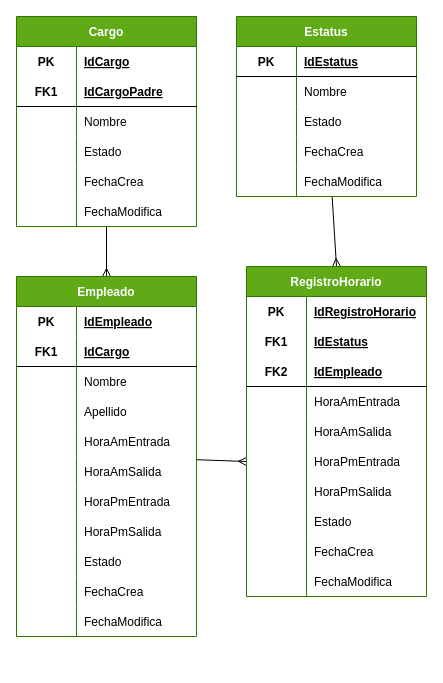
The draw.io diagram Grupo5_AssistControl/design/Diagrama_DataBase.drawio in EdisonV5329/Grupo5_CodeMasters, before the edit. Source tidied: cells renumbered, new cells numbered last; positions are measured from the earlier drawing's top-left corner, leaving out a move shared by most shapes. Both pictures are drawn from the tidied source at 100%, with x=0, y=0 at pixel (16, 16).
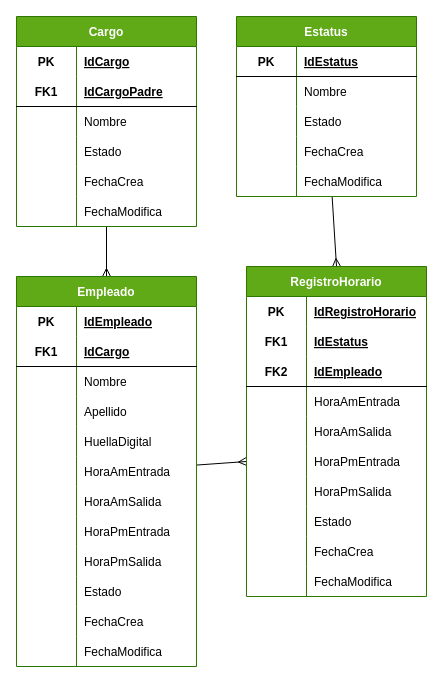
After the change.

Change to the diagram source:
```diff
@@
     <mxCell id="40" value="Empleado" style="shape=table;startSize=30;childLayout=tableLayout;rowLines=0;fontStyle=1;align=center;labelBackgroundColor=none;strokeColor=#2D7600;strokeWidth=1;fontColor=#ffffff;fillColor=#60a917;" parent="1" vertex="1">
-      <mxGeometry y="260" width="180" height="360" as="geometry" />
+      <mxGeometry y="260" width="180" height="390" as="geometry" />
     </mxCell>
@@
+    <mxCell id="105" style="shape=tableRow;horizontal=0;startSize=0;swimlaneHead=0;swimlaneBody=0;fillColor=none;top=0;left=0;right=0;bottom=0;labelBackgroundColor=none;strokeColor=#000000;strokeWidth=1;fontColor=#000000;" parent="40" vertex="1">
+      <mxGeometry y="150" width="180" height="30" as="geometry" />
+    </mxCell>
+    <mxCell id="106" style="shape=partialRectangle;fillColor=none;top=0;left=0;bottom=0;right=0;overflow=hidden;labelBackgroundColor=none;strokeColor=#000000;strokeWidth=1;fontColor=#000000;" parent="105" vertex="1">
+      <mxGeometry width="60" height="30" as="geometry" />
+    </mxCell>
+    <mxCell id="107" value="HuellaDigital" style="shape=partialRectangle;fillColor=none;top=0;left=0;bottom=0;right=0;align=left;spacingLeft=6;overflow=hidden;labelBackgroundColor=none;strokeColor=#000000;strokeWidth=1;fontColor=#000000;" parent="105" vertex="1">
+      <mxGeometry x="60" width="120" height="30" as="geometry" />
+    </mxCell>
     <mxCell id="53" style="shape=tableRow;horizontal=0;startSize=0;swimlaneHead=0;swimlaneBody=0;fillColor=none;top=0;left=0;right=0;bottom=0;labelBackgroundColor=none;strokeColor=#000000;strokeWidth=1;fontColor=#000000;" parent="40" vertex="1">
-      <mxGeometry y="150" width="180" height="30" as="geometry" />
+      <mxGeometry y="180" width="180" height="30" as="geometry" />
     </mxCell>
@@
     <mxCell id="56" style="shape=tableRow;horizontal=0;startSize=0;swimlaneHead=0;swimlaneBody=0;fillColor=none;top=0;left=0;right=0;bottom=0;labelBackgroundColor=none;strokeColor=#000000;strokeWidth=1;fontColor=#000000;" parent="40" vertex="1">
-      <mxGeometry y="180" width="180" height="30" as="geometry" />
+      <mxGeometry y="210" width="180" height="30" as="geometry" />
     </mxCell>
@@
     <mxCell id="59" style="shape=tableRow;horizontal=0;startSize=0;swimlaneHead=0;swimlaneBody=0;fillColor=none;top=0;left=0;right=0;bottom=0;labelBackgroundColor=none;strokeColor=#000000;strokeWidth=1;fontColor=#000000;" parent="40" vertex="1">
-      <mxGeometry y="210" width="180" height="30" as="geometry" />
+      <mxGeometry y="240" width="180" height="30" as="geometry" />
     </mxCell>
@@
     <mxCell id="62" style="shape=tableRow;horizontal=0;startSize=0;swimlaneHead=0;swimlaneBody=0;fillColor=none;top=0;left=0;right=0;bottom=0;labelBackgroundColor=none;strokeColor=#000000;strokeWidth=1;fontColor=#000000;" parent="40" vertex="1">
-      <mxGeometry y="240" width="180" height="30" as="geometry" />
+      <mxGeometry y="270" width="180" height="30" as="geometry" />
     </mxCell>
@@
     <mxCell id="65" style="shape=tableRow;horizontal=0;startSize=0;swimlaneHead=0;swimlaneBody=0;fillColor=none;top=0;left=0;right=0;bottom=0;labelBackgroundColor=none;strokeColor=#000000;strokeWidth=1;fontColor=#000000;" parent="40" vertex="1">
-      <mxGeometry y="270" width="180" height="30" as="geometry" />
+      <mxGeometry y="300" width="180" height="30" as="geometry" />
     </mxCell>
@@
     <mxCell id="68" style="shape=tableRow;horizontal=0;startSize=0;swimlaneHead=0;swimlaneBody=0;fillColor=none;top=0;left=0;right=0;bottom=0;labelBackgroundColor=none;strokeColor=#000000;strokeWidth=1;fontColor=#000000;" parent="40" vertex="1">
-      <mxGeometry y="300" width="180" height="30" as="geometry" />
+      <mxGeometry y="330" width="180" height="30" as="geometry" />
     </mxCell>
@@
     <mxCell id="71" style="shape=tableRow;horizontal=0;startSize=0;swimlaneHead=0;swimlaneBody=0;fillColor=none;top=0;left=0;right=0;bottom=0;labelBackgroundColor=none;strokeColor=#000000;strokeWidth=1;fontColor=#000000;" parent="40" vertex="1">
-      <mxGeometry y="330" width="180" height="30" as="geometry" />
+      <mxGeometry y="360" width="180" height="30" as="geometry" />
     </mxCell>
```
